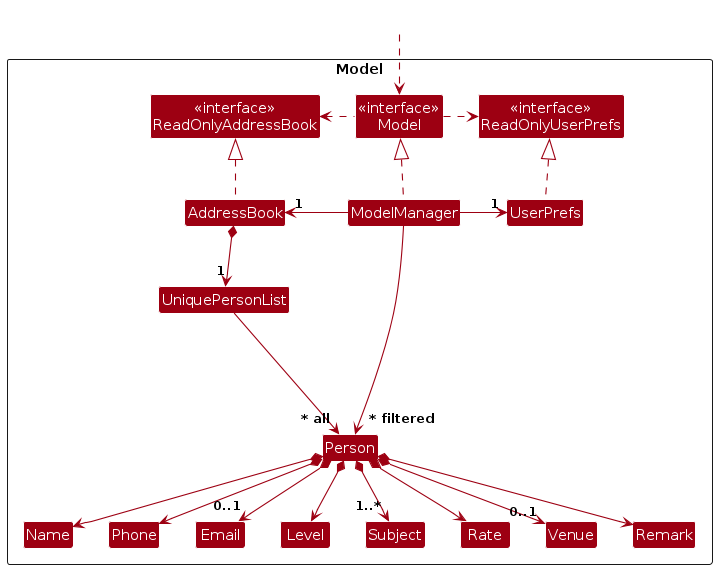
Before: diagrams/ModelClassDiagram.png, a diagram exported from PlantUML (AY2627S1-CS2103T-F15-1/tp). Its source is kept beside it as diagrams/ModelClassDiagram.puml.
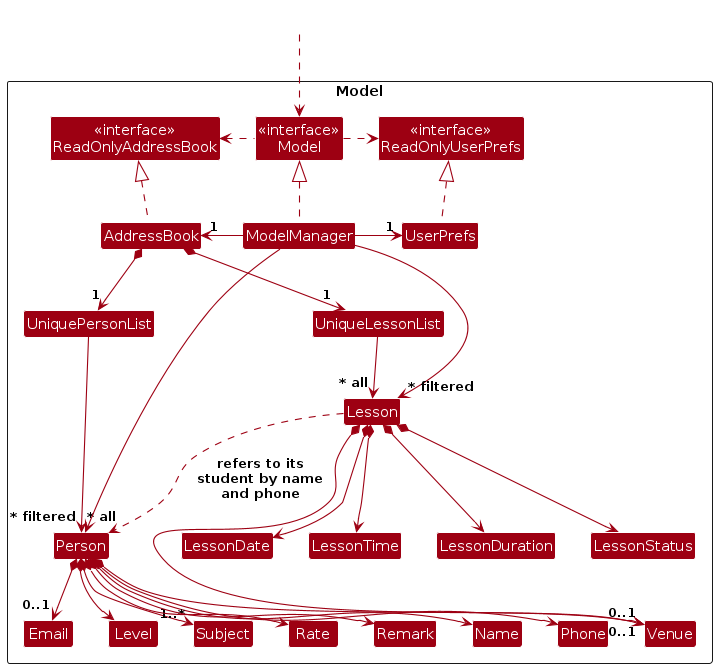
After the change.

What changed in the source:
```diff
@@ -23,6 +23,13 @@
 Class Venue
 Class Remark
 
+Class UniqueLessonList
+Class Lesson
+Class LessonDate
+Class LessonTime
+Class LessonDuration
+Class LessonStatus
+
 Class I #FFFFFF
 }
 
@@ -39,6 +46,7 @@
 UserPrefs .up.|> ReadOnlyUserPrefs
 
 AddressBook *--> "1" UniquePersonList
+AddressBook *--> "1" UniqueLessonList
 UniquePersonList --> "~* all" Person
 Person *--> Name
 Person *--> Phone
@@ -48,6 +56,14 @@
 Person *--> Rate
 Person *--> "0..1" Venue
 Person *--> Remark
+
+UniqueLessonList --> "~* all" Lesson
+Lesson *--> LessonDate
+Lesson *--> LessonTime
+Lesson *--> LessonDuration
+Lesson *--> LessonStatus
+Lesson *--> "0..1" Venue
+Lesson ..> Person : refers to its\nstudent by name\nand phone
 
 Person -[hidden]up--> I
 UniquePersonList -[hidden]right-> I
@@ -61,4 +77,5 @@
 Venue -[hidden]right-> Remark
 
 ModelManager --> "~* filtered" Person
+ModelManager --> "~* filtered" Lesson
 @enduml
```
